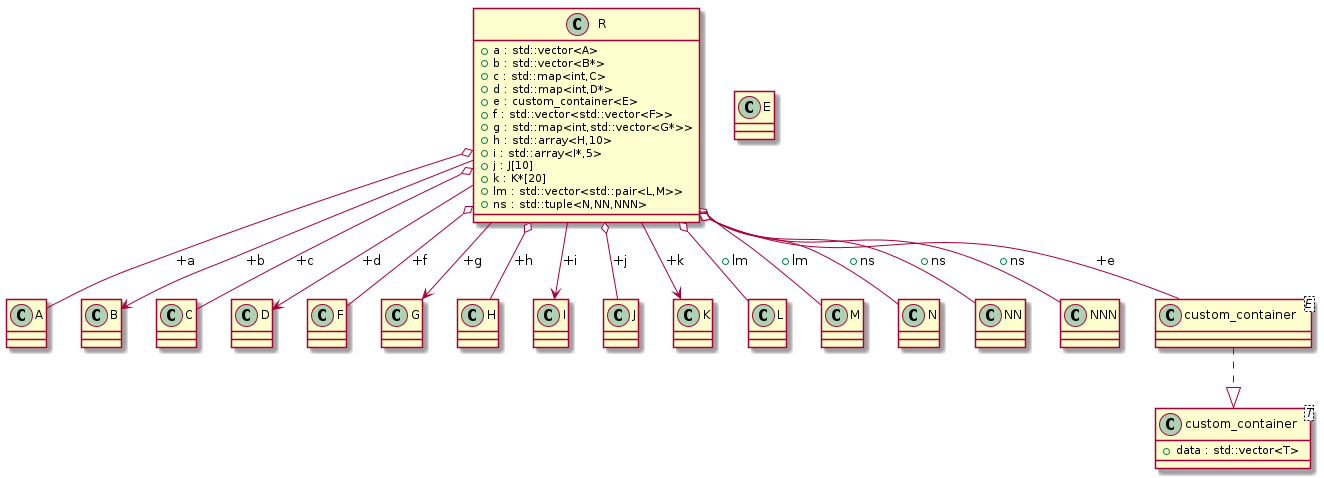
Earlier version of the PlantUML export docs/test_cases/t00006_class.png (bkryza/clang-uml).
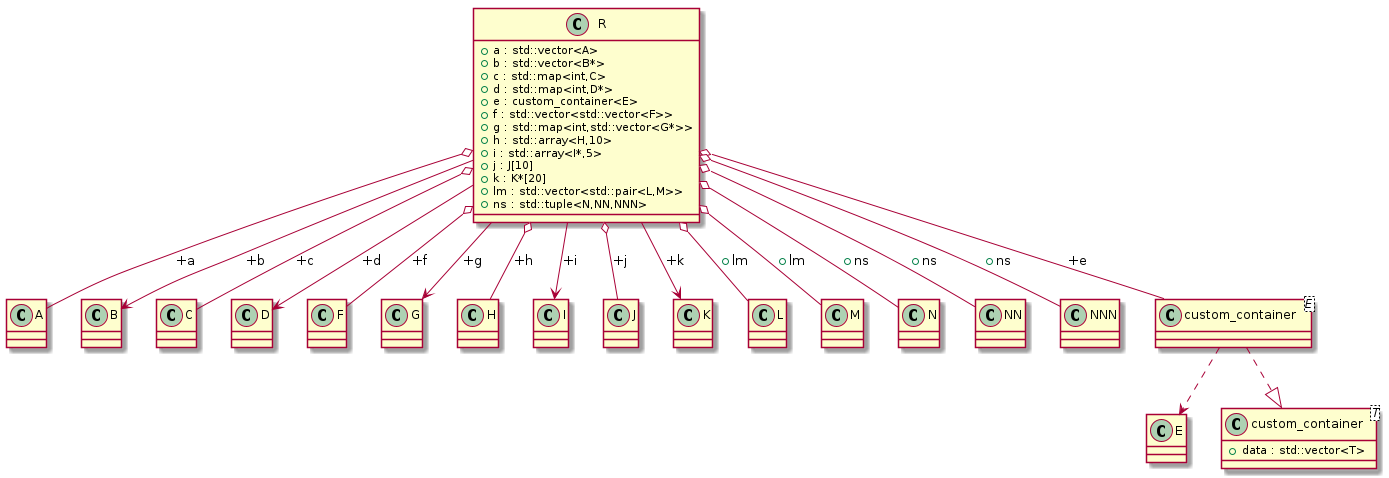
Later version of the same file.

The edit, as a diff of the source:
```diff
@@ -91,6 +91,7 @@
 
 class C_0000000080 {
 }
+C_0000000080 ..> C_0000000053
 C_0000000080 ..|> C_0000000077
 
 class C_0000000079 {
```
